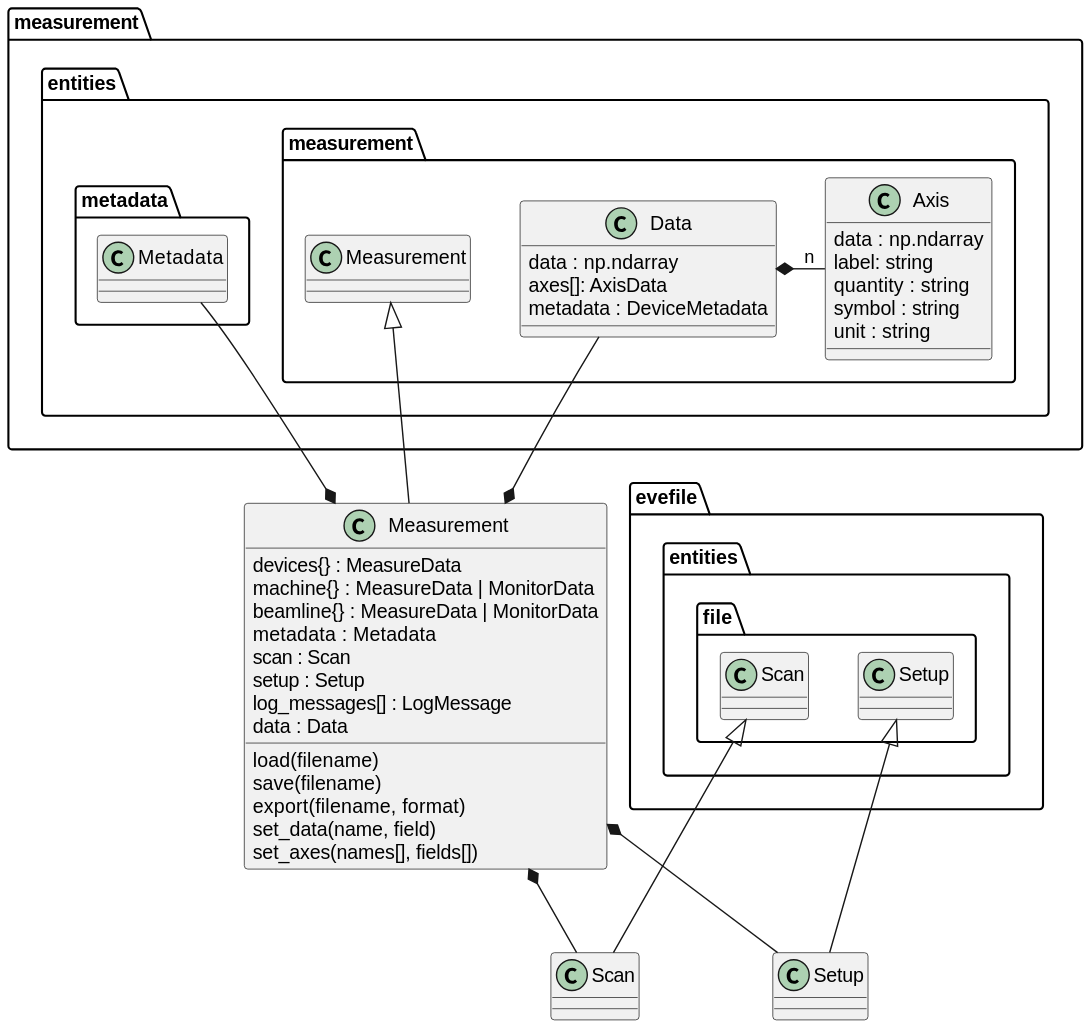
This is docs/uml/evedata.measurement.boundaries.measurement.svg from tillbiskup/evedata, a PlantUML export, as it was before one commit.
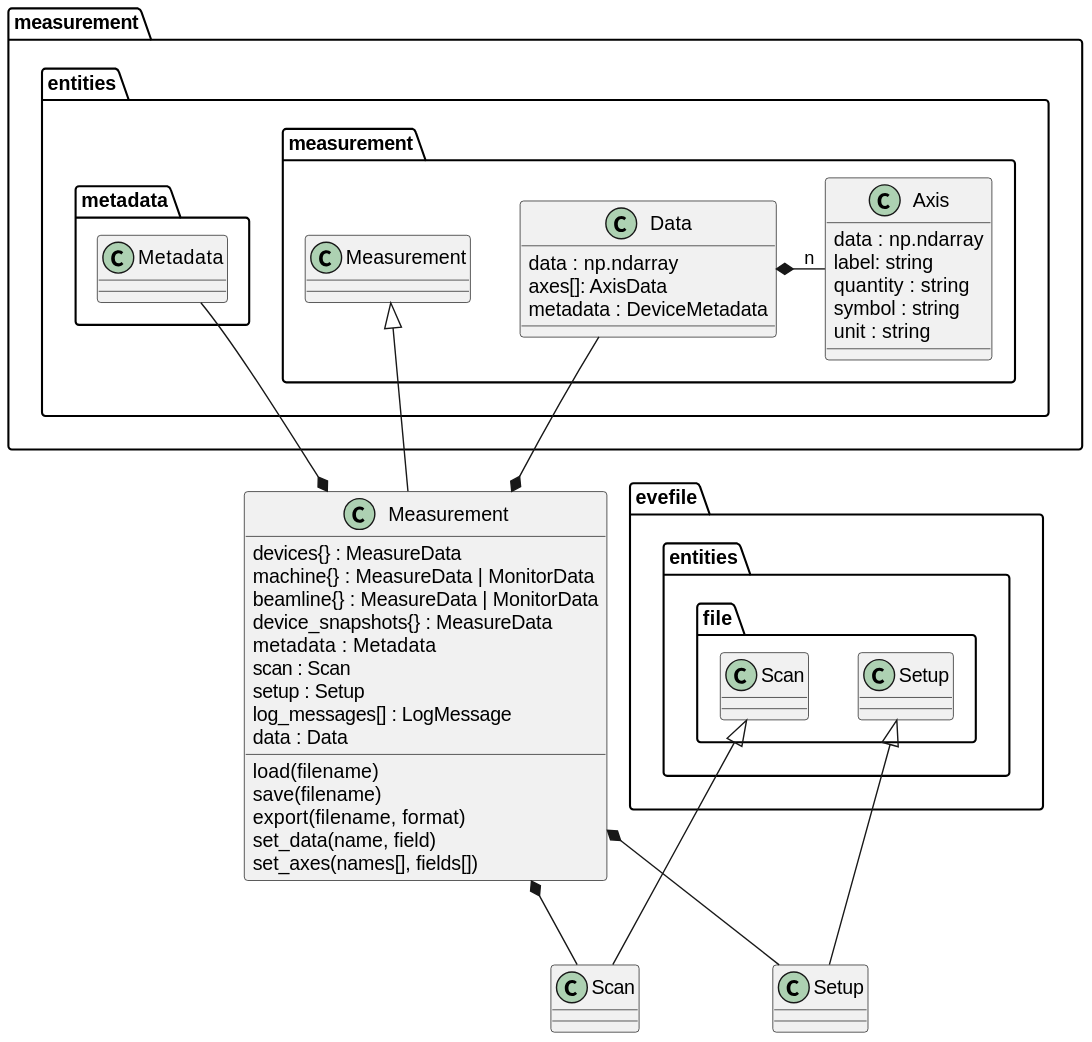
After the commit.

Commit message:
Add device snapshots to measurement data model

Diff of the diagram source:
```diff
@@ -4,6 +4,7 @@
     devices{} : MeasureData
     machine{} : MeasureData | MonitorData
     beamline{} : MeasureData | MonitorData
+    device_snapshots{} : MeasureData
     metadata : Metadata
     scan : Scan
     setup : Setup
```
